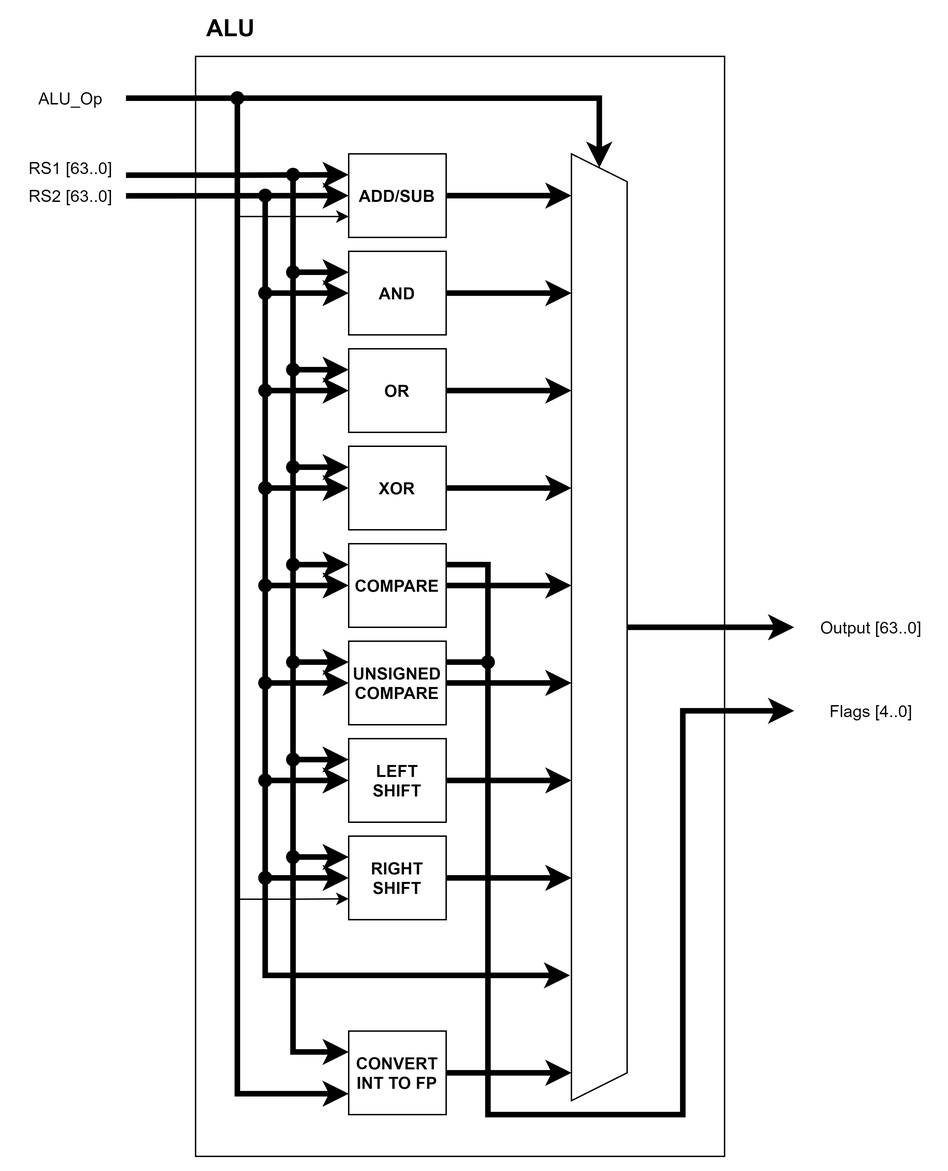
This is Diagrams/PNG_Format/RV64IF/RV64IF-ALU.drawio.png from hohaicongthuan/Project-2, a draw.io export, as it was before one commit. Source tidied: cells renumbered, new cells last; positions are measured from the earlier drawing's top-left corner, leaving out a move shared by most shapes.
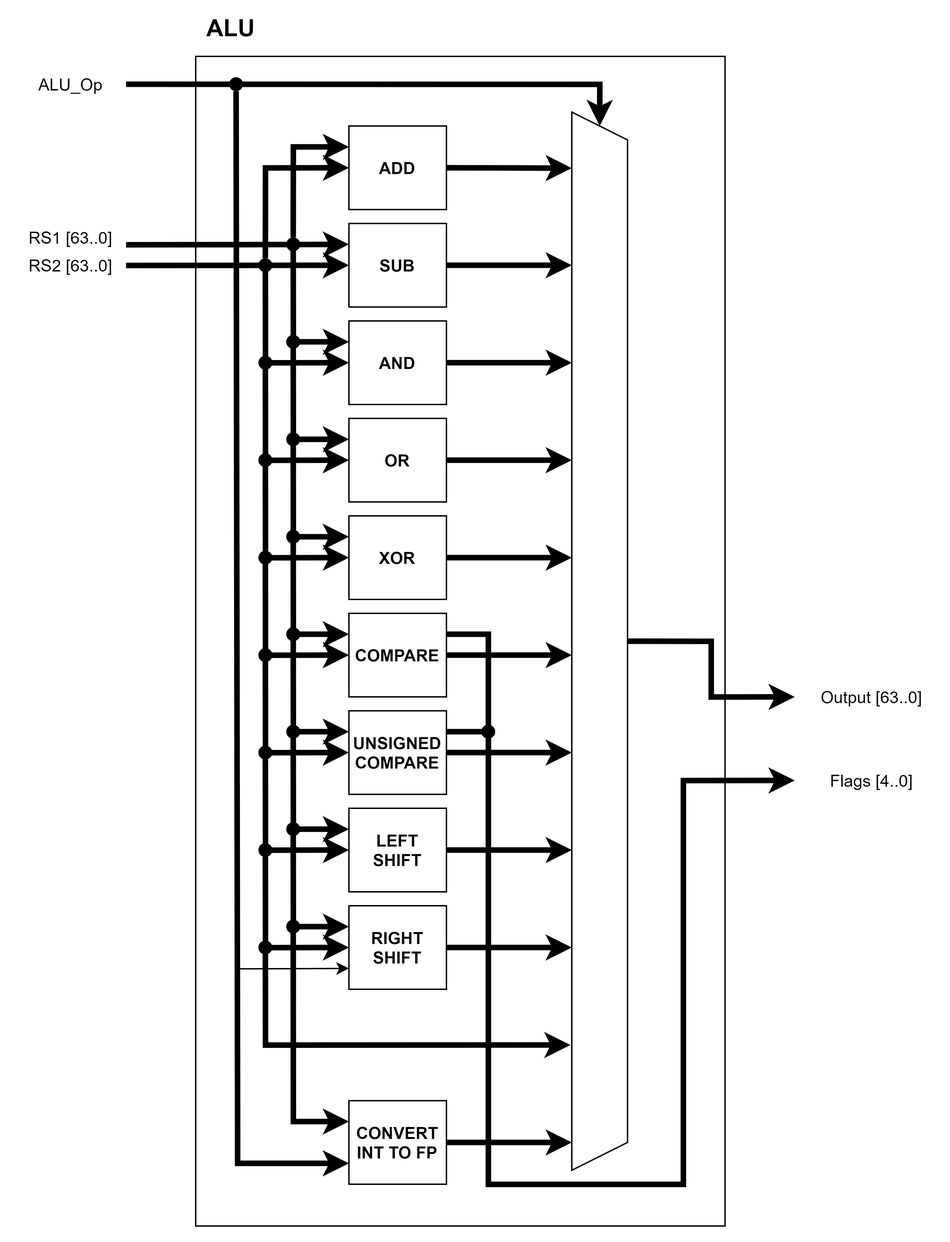
Later version of the same file.

Diff of the diagram source:
```diff
@@ -3,7 +3,7 @@
     <mxCell id="0" />
     <mxCell id="1" parent="0" />
     <mxCell id="2" style="rounded=0;whiteSpace=wrap;html=1;fillColor=#FFFFFF;" parent="1" vertex="1">
-      <mxGeometry x="130" y="30" width="380" height="790" as="geometry" />
+      <mxGeometry x="130" y="-20" width="380" height="840" as="geometry" />
     </mxCell>
     <mxCell id="3" style="edgeStyle=orthogonalEdgeStyle;rounded=0;jettySize=auto;html=1;exitX=1;exitY=0.5;exitDx=0;exitDy=0;strokeWidth=4;" parent="1" edge="1" source="7">
       <mxGeometry relative="1" as="geometry">
@@ -20,12 +20,7 @@
         <mxPoint x="80" y="130.1" as="sourcePoint" />
       </mxGeometry>
     </mxCell>
-    <mxCell id="6" style="edgeStyle=orthogonalEdgeStyle;rounded=0;jettySize=auto;html=1;exitX=0;exitY=0.75;exitDx=0;exitDy=0;strokeWidth=1;entryX=0;entryY=0.75;entryDx=0;entryDy=0;" parent="1" edge="1" target="7">
-      <mxGeometry relative="1" as="geometry">
-        <mxPoint x="160" y="145" as="sourcePoint" />
-      </mxGeometry>
-    </mxCell>
-    <mxCell id="7" value="&lt;b&gt;ADD/SUB&lt;/b&gt;" style="rounded=0;whiteSpace=wrap;html=1;" parent="1" vertex="1">
+    <mxCell id="7" value="&lt;b&gt;SUB&lt;/b&gt;" style="rounded=0;whiteSpace=wrap;html=1;" parent="1" vertex="1">
       <mxGeometry x="240" y="100" width="70" height="60" as="geometry" />
     </mxCell>
     <mxCell id="8" style="edgeStyle=orthogonalEdgeStyle;rounded=0;jettySize=auto;html=1;exitX=1;exitY=0.5;exitDx=0;exitDy=0;strokeWidth=4;" parent="1" edge="1" source="11">
@@ -210,10 +205,10 @@
         </Array>
       </mxGeometry>
     </mxCell>
-    <mxCell id="37" style="edgeStyle=orthogonalEdgeStyle;rounded=0;jettySize=auto;html=1;exitX=0;exitY=0.75;exitDx=0;exitDy=0;strokeWidth=4;entryX=0;entryY=0.75;entryDx=0;entryDy=0;" parent="1" edge="1" target="38">
+    <mxCell id="37" style="edgeStyle=orthogonalEdgeStyle;rounded=0;jettySize=auto;html=1;exitX=0.5;exitY=1;exitDx=0;exitDy=0;strokeWidth=4;entryX=0;entryY=0.75;entryDx=0;entryDy=0;" parent="1" edge="1" source="52" target="38">
       <mxGeometry relative="1" as="geometry">
-        <mxPoint x="160" y="60" as="sourcePoint" />
         <Array as="points">
+          <mxPoint x="160" y="5" />
           <mxPoint x="160" y="775" />
         </Array>
       </mxGeometry>
@@ -255,16 +250,17 @@
         <mxPoint x="560" y="440" as="targetPoint" />
       </mxGeometry>
     </mxCell>
-    <mxCell id="45" style="edgeStyle=orthogonalEdgeStyle;rounded=0;jettySize=auto;html=1;exitX=0;exitY=0.5;exitDx=0;exitDy=0;strokeWidth=4;entryX=0;entryY=0.5;entryDx=0;entryDy=0;" parent="1" edge="1" target="46">
+    <mxCell id="45" style="edgeStyle=orthogonalEdgeStyle;rounded=0;jettySize=auto;html=1;strokeWidth=4;entryX=0;entryY=0.5;entryDx=0;entryDy=0;" parent="1" edge="1" target="46">
       <mxGeometry relative="1" as="geometry">
-        <mxPoint x="80" y="60" as="sourcePoint" />
+        <mxPoint x="80" as="sourcePoint" />
         <Array as="points">
-          <mxPoint x="420" y="60" />
+          <mxPoint x="80" />
+          <mxPoint x="420" />
         </Array>
       </mxGeometry>
     </mxCell>
     <mxCell id="46" style="shape=trapezoid;perimeter=trapezoidPerimeter;whiteSpace=wrap;html=1;fixedSize=1;direction=south;" parent="1" vertex="1">
-      <mxGeometry x="400" y="100" width="40" height="680" as="geometry" />
+      <mxGeometry x="400" y="20" width="40" height="760" as="geometry" />
     </mxCell>
     <mxCell id="47" value="RS1 [63..0]" style="text;html=1;align=center;verticalAlign=middle;strokeColor=none;fillColor=none;" parent="1" vertex="1">
       <mxGeometry y="100" width="80" height="20" as="geometry" />
@@ -273,7 +269,7 @@
       <mxGeometry y="120" width="80" height="20" as="geometry" />
     </mxCell>
     <mxCell id="49" value="ALU_Op" style="text;html=1;align=center;verticalAlign=middle;strokeColor=none;fillColor=none;" parent="1" vertex="1">
-      <mxGeometry x="10" y="50" width="60" height="20" as="geometry" />
+      <mxGeometry x="10" y="-10" width="60" height="20" as="geometry" />
     </mxCell>
     <mxCell id="50" value="Output [63..0]" style="text;html=1;align=center;verticalAlign=middle;strokeColor=none;fillColor=none;" parent="1" vertex="1">
       <mxGeometry x="570" y="430" width="90" height="20" as="geometry" />
@@ -282,7 +278,7 @@
       <mxGeometry x="580" y="490" width="70" height="20" as="geometry" />
     </mxCell>
     <mxCell id="52" style="ellipse;whiteSpace=wrap;html=1;fillColor=#000000;strokeColor=none;" parent="1" vertex="1">
-      <mxGeometry x="155" y="55" width="10" height="10" as="geometry" />
+      <mxGeometry x="154" y="-5" width="10" height="10" as="geometry" />
     </mxCell>
     <mxCell id="53" style="ellipse;whiteSpace=wrap;html=1;fillColor=#000000;strokeColor=none;" parent="1" vertex="1">
       <mxGeometry x="195" y="110" width="10" height="10" as="geometry" />
@@ -336,7 +332,19 @@
       <mxGeometry x="335" y="460" width="10" height="10" as="geometry" />
     </mxCell>
     <mxCell id="70" value="&lt;b&gt;&lt;font style=&quot;font-size: 17px&quot;&gt;ALU&lt;/font&gt;&lt;/b&gt;" style="text;html=1;align=center;verticalAlign=middle;strokeColor=none;fillColor=none;" parent="1" vertex="1">
-      <mxGeometry x="130" width="50" height="20" as="geometry" />
+      <mxGeometry x="130" y="-50" width="50" height="20" as="geometry" />
     </mxCell>
+    <mxCell id="71" style="edgeStyle=orthogonalEdgeStyle;rounded=0;jettySize=auto;html=1;exitX=0.5;exitY=0;exitDx=0;exitDy=0;entryX=0;entryY=0.25;entryDx=0;entryDy=0;strokeWidth=4;" parent="1" edge="1" source="53" target="74">
+      <mxGeometry relative="1" as="geometry" />
+    </mxCell>
+    <mxCell id="72" style="edgeStyle=orthogonalEdgeStyle;rounded=0;jettySize=auto;html=1;exitX=0.5;exitY=0;exitDx=0;exitDy=0;entryX=0;entryY=0.5;entryDx=0;entryDy=0;strokeWidth=4;" parent="1" edge="1" source="54" target="74">
+      <mxGeometry relative="1" as="geometry" />
+    </mxCell>
+    <mxCell id="73" style="edgeStyle=orthogonalEdgeStyle;rounded=0;jettySize=auto;html=1;exitX=1;exitY=0.5;exitDx=0;exitDy=0;entryX=0.053;entryY=1;entryDx=0;entryDy=0;entryPerimeter=0;strokeWidth=4;" parent="1" edge="1" source="74" target="46">
+      <mxGeometry relative="1" as="geometry" />
+    </mxCell>
+    <mxCell id="74" value="&lt;b&gt;ADD&lt;/b&gt;" style="rounded=0;whiteSpace=wrap;html=1;" parent="1" vertex="1">
+      <mxGeometry x="240" y="30" width="70" height="60" as="geometry" />
+    </mxCell>
   </root>
 </mxGraphModel>
```
